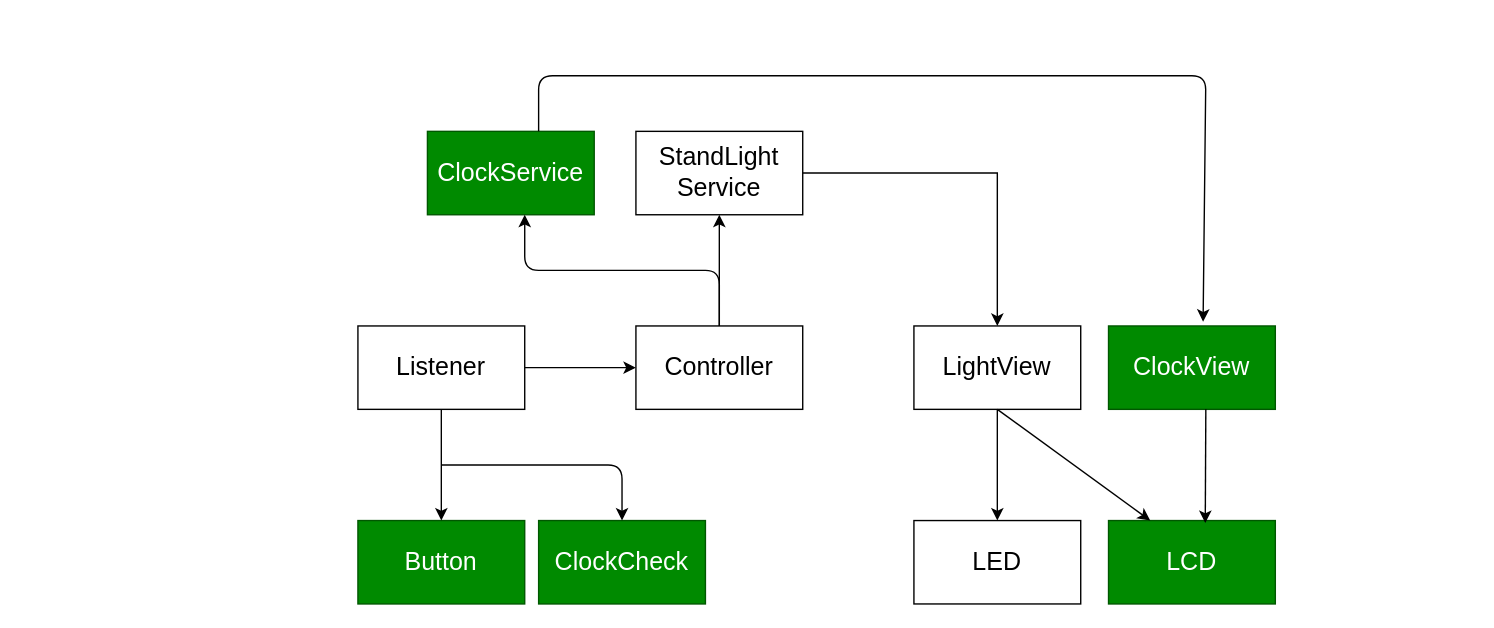
This is page "페이지-1" (1 of 3) of sw_design/architecture.drawio from ekgh2002/StandLight_Clock_Temperature, a draw.io file, before an edit. Source tidied: cells renumbered, new cells numbered last; positions are measured from the earlier drawing's top-left corner, leaving out a move shared by most shapes. Both pictures are drawn from the tidied source at 139%, with x=0, y=0 at pixel (357, 75).
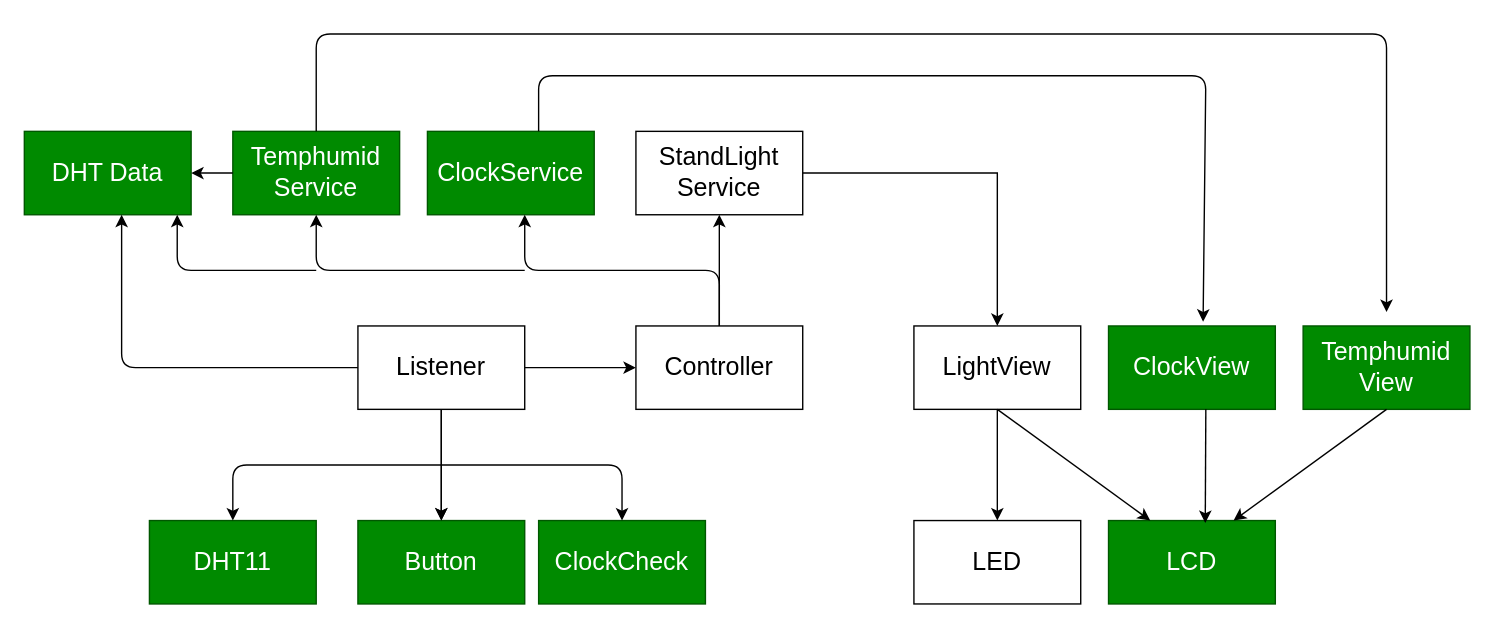
The same diagram, later.

The change refers to these unchanged cells:
```xml
<mxCell id="2" value="Button" style="whiteSpace=wrap;html=1;fontSize=18;fillColor=#008a00;fontColor=#ffffff;strokeColor=#005700;" parent="1" vertex="1">
  <mxGeometry y="320" width="120" height="60" as="geometry" />
</mxCell>
<mxCell id="5" value="Listener" style="whiteSpace=wrap;html=1;fontSize=18;" parent="1" vertex="1">
  <mxGeometry y="180" width="120" height="60" as="geometry" />
</mxCell>
<mxCell id="13" value="LCD" style="whiteSpace=wrap;html=1;fontSize=18;fillColor=#008a00;fontColor=#ffffff;strokeColor=#005700;" parent="1" vertex="1">
  <mxGeometry x="540" y="320" width="120" height="60" as="geometry" />
</mxCell>
```

Diff of the diagram source:
```diff
@@
+    <mxCell id="22" style="edgeStyle=none;html=1;" parent="1" edge="1" source="5" target="2">
+      <mxGeometry relative="1" as="geometry" />
+    </mxCell>
@@
+    <mxCell id="23" value="DHT11" style="whiteSpace=wrap;html=1;fontSize=18;fillColor=#008a00;fontColor=#ffffff;strokeColor=#005700;" parent="1" vertex="1">
+      <mxGeometry x="-150" y="320" width="120" height="60" as="geometry" />
+    </mxCell>
+    <mxCell id="24" style="endArrow=classic;html=1;entryX=0.5;entryY=0;entryDx=0;entryDy=0;" parent="1" edge="1" target="23">
+      <mxGeometry relative="1" as="geometry">
+        <mxPoint x="60" y="280" as="sourcePoint" />
+        <Array as="points">
+          <mxPoint x="-90" y="280" />
+        </Array>
+      </mxGeometry>
+    </mxCell>
+    <mxCell id="25" value="Temphumid&lt;br&gt;Service" style="whiteSpace=wrap;html=1;fontSize=18;fillColor=#008a00;fontColor=#ffffff;strokeColor=#005700;" parent="1" vertex="1">
+      <mxGeometry x="-90" y="40" width="120" height="60" as="geometry" />
+    </mxCell>
+    <mxCell id="26" style="endArrow=classic;html=1;entryX=0.5;entryY=1;entryDx=0;entryDy=0;" parent="1" edge="1" target="25">
+      <mxGeometry relative="1" as="geometry">
+        <mxPoint x="120" y="140" as="sourcePoint" />
+        <Array as="points">
+          <mxPoint x="-30" y="140" />
+        </Array>
+      </mxGeometry>
+    </mxCell>
+    <mxCell id="27" value="Temphumid&lt;br&gt;View" style="whiteSpace=wrap;html=1;fontSize=18;fillColor=#008a00;fontColor=#ffffff;strokeColor=#005700;" parent="1" vertex="1">
+      <mxGeometry x="680" y="180" width="120" height="60" as="geometry" />
+    </mxCell>
+    <mxCell id="28" style="endArrow=classic;html=1;" parent="1" edge="1">
+      <mxGeometry relative="1" as="geometry">
+        <mxPoint x="-30" y="40" as="sourcePoint" />
+        <mxPoint x="740" y="170" as="targetPoint" />
+        <Array as="points">
+          <mxPoint x="-30" y="-30" />
+          <mxPoint x="350" y="-30" />
+          <mxPoint x="740" y="-30" />
+        </Array>
+      </mxGeometry>
+    </mxCell>
+    <mxCell id="29" value="DHT Data" style="whiteSpace=wrap;html=1;fontSize=18;fillColor=#008a00;fontColor=#ffffff;strokeColor=#005700;" parent="1" vertex="1">
+      <mxGeometry x="-240" y="40" width="120" height="60" as="geometry" />
+    </mxCell>
+    <mxCell id="30" style="endArrow=classic;html=1;exitX=0;exitY=0.5;exitDx=0;exitDy=0;" parent="1" edge="1" source="5">
+      <mxGeometry relative="1" as="geometry">
+        <mxPoint x="-170" y="100" as="targetPoint" />
+        <Array as="points">
+          <mxPoint x="-170" y="210" />
+        </Array>
+      </mxGeometry>
+    </mxCell>
+    <mxCell id="31" style="endArrow=classic;html=1;" parent="1" edge="1">
+      <mxGeometry relative="1" as="geometry">
+        <mxPoint x="-30" y="140" as="sourcePoint" />
+        <mxPoint x="-130" y="100" as="targetPoint" />
+        <Array as="points">
+          <mxPoint x="-130" y="140" />
+        </Array>
+      </mxGeometry>
+    </mxCell>
+    <mxCell id="32" style="endArrow=classic;html=1;entryX=1;entryY=0.5;entryDx=0;entryDy=0;" parent="1" edge="1" target="29">
+      <mxGeometry relative="1" as="geometry">
+        <mxPoint x="-90" y="70" as="sourcePoint" />
+      </mxGeometry>
+    </mxCell>
+    <mxCell id="33" style="endArrow=classic;html=1;entryX=0.75;entryY=0;entryDx=0;entryDy=0;" parent="1" edge="1" target="13">
+      <mxGeometry relative="1" as="geometry">
+        <mxPoint x="740" y="240" as="sourcePoint" />
+      </mxGeometry>
+    </mxCell>
```
